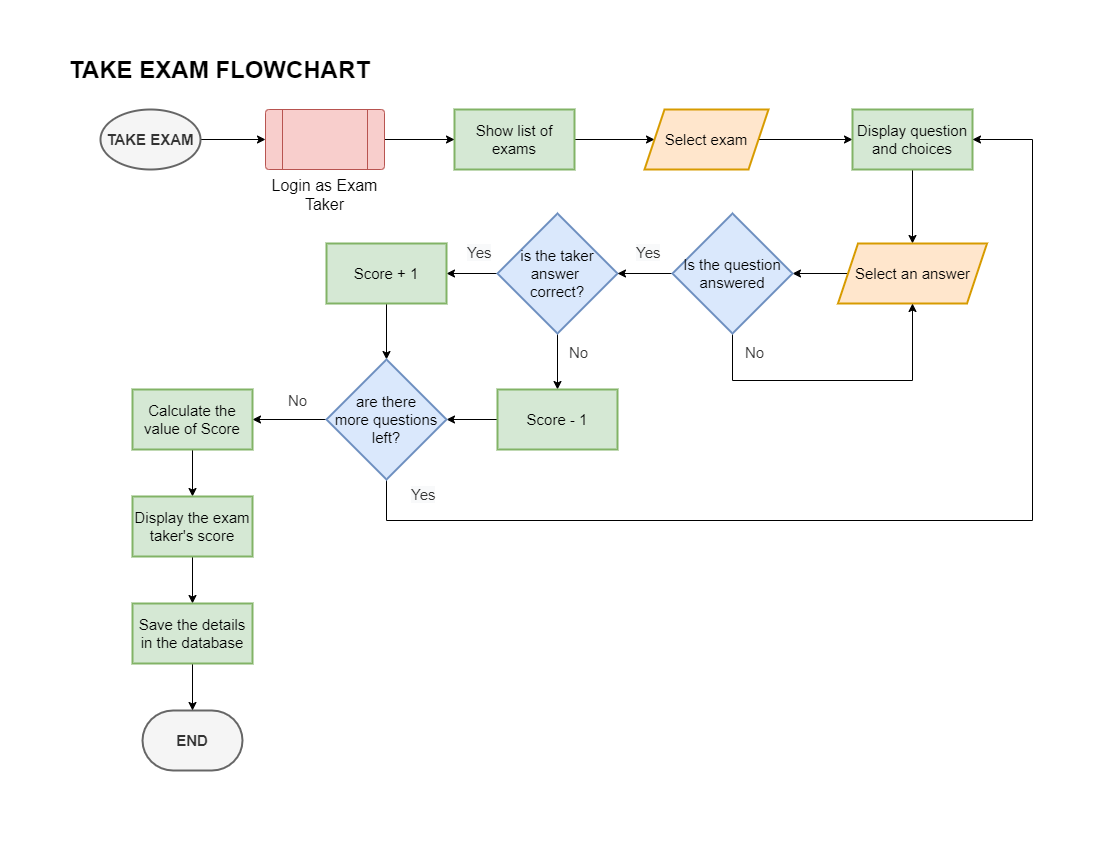
This is Gallardo/OnlineExam/online exam flowcharts/exam taker/Online exam flowchart-TAKE EXAM FLOWCHART.drawio.png from walteribloguintoledo/PUP2022, a draw.io export, as it was before one commit. Source tidied: cells renumbered, new cells last; positions are measured from the earlier drawing's top-left corner, leaving out a move shared by most shapes.
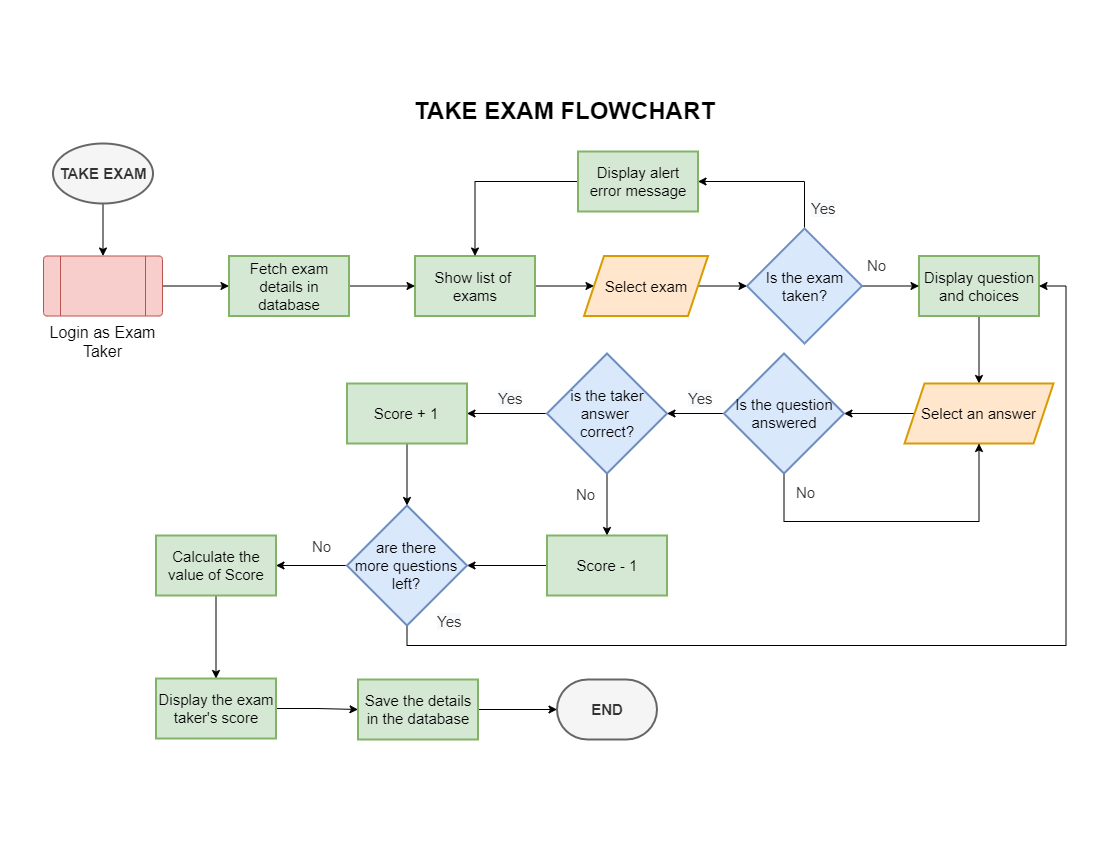
The same diagram one commit later.

The edit, as a diff of the source:
```diff
@@ -2,35 +2,35 @@
   <root>
     <mxCell id="0" />
     <mxCell id="1" parent="0" />
-    <mxCell id="2" style="edgeStyle=orthogonalEdgeStyle;rounded=0;jettySize=auto;html=1;exitX=1;exitY=0.5;exitDx=0;exitDy=0;exitPerimeter=0;entryX=0;entryY=0.5;entryDx=0;entryDy=0;fontSize=16;" parent="1" edge="1" source="3" target="21">
+    <mxCell id="2" style="edgeStyle=orthogonalEdgeStyle;rounded=0;jettySize=auto;html=1;" parent="1" edge="1" source="3" target="21">
       <mxGeometry relative="1" as="geometry" />
     </mxCell>
     <mxCell id="3" value="&lt;b&gt;TAKE EXAM&lt;/b&gt;" style="strokeWidth=2;html=1;shape=mxgraph.flowchart.start_1;whiteSpace=wrap;fontSize=15;fillColor=#f5f5f5;fontColor=#333333;strokeColor=#666666;" parent="1" vertex="1">
-      <mxGeometry y="59" width="100" height="60" as="geometry" />
+      <mxGeometry x="-47.5" y="93" width="100" height="60" as="geometry" />
     </mxCell>
     <mxCell id="4" style="edgeStyle=orthogonalEdgeStyle;rounded=0;jettySize=auto;html=1;fontSize=16;" parent="1" edge="1" source="5" target="7">
       <mxGeometry relative="1" as="geometry" />
     </mxCell>
-    <mxCell id="5" value="Show list of exams" style="whiteSpace=wrap;html=1;fontSize=15;fillColor=#d5e8d4;strokeColor=#82b366;strokeWidth=2;" parent="1" vertex="1">
-      <mxGeometry x="354" y="59" width="120" height="60" as="geometry" />
+    <mxCell id="5" value="Show list of&amp;nbsp; exams" style="whiteSpace=wrap;html=1;fontSize=15;fillColor=#d5e8d4;strokeColor=#82b366;strokeWidth=2;" parent="1" vertex="1">
+      <mxGeometry x="314.5" y="205.5" width="120" height="60" as="geometry" />
     </mxCell>
-    <mxCell id="6" style="edgeStyle=orthogonalEdgeStyle;rounded=0;jettySize=auto;html=1;entryX=0;entryY=0.5;entryDx=0;entryDy=0;fontSize=16;" parent="1" edge="1" source="7" target="9">
-      <mxGeometry relative="1" as="geometry" />
-    </mxCell>
+    <mxCell id="41" style="edgeStyle=orthogonalEdgeStyle;rounded=0;jettySize=auto;html=1;" parent="1" edge="1" source="7" target="45">
+      <mxGeometry relative="1" as="geometry" />
+    </mxCell>
     <mxCell id="7" value="Select exam" style="shape=parallelogram;perimeter=parallelogramPerimeter;whiteSpace=wrap;html=1;fixedSize=1;fontSize=15;fillColor=#ffe6cc;strokeColor=#d79b00;strokeWidth=2;" parent="1" vertex="1">
-      <mxGeometry x="544" y="59" width="124" height="60" as="geometry" />
+      <mxGeometry x="483.5" y="205.5" width="124" height="60" as="geometry" />
     </mxCell>
-    <mxCell id="8" style="edgeStyle=orthogonalEdgeStyle;rounded=0;jettySize=auto;html=1;fontSize=16;" parent="1" edge="1" source="9" target="11">
+    <mxCell id="8" style="edgeStyle=orthogonalEdgeStyle;rounded=0;jettySize=auto;html=1;" parent="1" edge="1" source="9" target="11">
       <mxGeometry relative="1" as="geometry" />
     </mxCell>
     <mxCell id="9" value="Display question and choices" style="whiteSpace=wrap;html=1;fontSize=15;fillColor=#d5e8d4;strokeColor=#82b366;strokeWidth=2;" parent="1" vertex="1">
-      <mxGeometry x="752" y="59" width="120" height="60" as="geometry" />
+      <mxGeometry x="818.5" y="205.5" width="120" height="60" as="geometry" />
     </mxCell>
-    <mxCell id="10" style="edgeStyle=orthogonalEdgeStyle;rounded=0;jettySize=auto;html=1;fontSize=16;" parent="1" edge="1" source="11" target="24">
+    <mxCell id="10" style="edgeStyle=orthogonalEdgeStyle;rounded=0;jettySize=auto;html=1;" parent="1" edge="1" source="11" target="24">
       <mxGeometry relative="1" as="geometry" />
     </mxCell>
     <mxCell id="11" value="Select an answer" style="shape=parallelogram;perimeter=parallelogramPerimeter;whiteSpace=wrap;html=1;fixedSize=1;fontSize=15;fillColor=#ffe6cc;strokeColor=#d79b00;strokeWidth=2;" parent="1" vertex="1">
-      <mxGeometry x="737.5" y="193" width="149" height="60" as="geometry" />
+      <mxGeometry x="804" y="333" width="149" height="60" as="geometry" />
     </mxCell>
     <mxCell id="12" style="edgeStyle=orthogonalEdgeStyle;rounded=0;jettySize=auto;html=1;fontSize=16;" parent="1" edge="1" source="14" target="26">
       <mxGeometry relative="1" as="geometry" />
@@ -39,96 +39,123 @@
       <mxGeometry relative="1" as="geometry" />
     </mxCell>
     <mxCell id="14" value="is the taker answer &lt;br&gt;correct?" style="rhombus;whiteSpace=wrap;html=1;fontSize=15;fillColor=#dae8fc;strokeColor=#6c8ebf;strokeWidth=2;" parent="1" vertex="1">
-      <mxGeometry x="397" y="163" width="120" height="120" as="geometry" />
+      <mxGeometry x="446.5" y="303" width="120" height="120" as="geometry" />
     </mxCell>
     <mxCell id="15" style="edgeStyle=orthogonalEdgeStyle;rounded=0;jettySize=auto;html=1;fontSize=16;" parent="1" edge="1" source="16" target="32">
       <mxGeometry relative="1" as="geometry" />
     </mxCell>
     <mxCell id="16" value="Score - 1" style="whiteSpace=wrap;html=1;fontSize=15;fillColor=#d5e8d4;strokeColor=#82b366;strokeWidth=2;" parent="1" vertex="1">
-      <mxGeometry x="397" y="339" width="120" height="60" as="geometry" />
+      <mxGeometry x="446.5" y="485" width="120" height="60" as="geometry" />
     </mxCell>
     <mxCell id="17" value="&lt;span style=&quot;color: rgb(51, 51, 51); font-family: Helvetica; font-size: 15px; font-style: normal; font-variant-ligatures: normal; font-variant-caps: normal; font-weight: 400; letter-spacing: normal; orphans: 2; text-align: center; text-indent: 0px; text-transform: none; widows: 2; word-spacing: 0px; -webkit-text-stroke-width: 0px; background-color: rgb(248, 249, 250); text-decoration-thickness: initial; text-decoration-style: initial; text-decoration-color: initial; float: none; display: inline !important;&quot;&gt;Yes&lt;/span&gt;" style="text;whiteSpace=wrap;html=1;fontSize=15;" parent="1" vertex="1">
-      <mxGeometry x="534" y="187" width="32" height="32" as="geometry" />
+      <mxGeometry x="585.5" y="333" width="32" height="32" as="geometry" />
     </mxCell>
     <mxCell id="18" value="&lt;b&gt;END&lt;/b&gt;" style="strokeWidth=2;html=1;shape=mxgraph.flowchart.terminator;whiteSpace=wrap;fontSize=15;fillColor=#f5f5f5;fontColor=#333333;strokeColor=#666666;" parent="1" vertex="1">
-      <mxGeometry x="42" y="660" width="100" height="60" as="geometry" />
+      <mxGeometry x="456.5" y="629" width="100" height="60" as="geometry" />
     </mxCell>
     <mxCell id="19" value="TAKE EXAM FLOWCHART" style="text;strokeColor=none;fillColor=none;html=1;fontSize=24;fontStyle=1;verticalAlign=middle;align=center;" parent="1" vertex="1">
-      <mxGeometry x="69" width="100" height="40" as="geometry" />
+      <mxGeometry x="414" y="41" width="100" height="40" as="geometry" />
     </mxCell>
-    <mxCell id="20" style="edgeStyle=orthogonalEdgeStyle;rounded=0;jettySize=auto;html=1;fontSize=16;" parent="1" edge="1" source="21" target="5">
-      <mxGeometry relative="1" as="geometry" />
-    </mxCell>
+    <mxCell id="42" style="edgeStyle=orthogonalEdgeStyle;rounded=0;jettySize=auto;html=1;" parent="1" edge="1" source="21" target="51">
+      <mxGeometry relative="1" as="geometry" />
+    </mxCell>
     <mxCell id="21" value="&lt;font style=&quot;font-size: 16px;&quot;&gt;Login as Exam Taker&lt;/font&gt;" style="verticalLabelPosition=bottom;verticalAlign=top;html=1;shape=process;whiteSpace=wrap;rounded=1;size=0.14;arcSize=6;fontSize=14;fillColor=#f8cecc;strokeColor=#b85450;" parent="1" vertex="1">
-      <mxGeometry x="165" y="59" width="119" height="60" as="geometry" />
+      <mxGeometry x="-57" y="205.5" width="119" height="60" as="geometry" />
     </mxCell>
+    <mxCell id="23" style="edgeStyle=orthogonalEdgeStyle;rounded=0;jettySize=auto;html=1;fontSize=16;" parent="1" edge="1" source="24" target="14">
+      <mxGeometry relative="1" as="geometry" />
+    </mxCell>
-    <mxCell id="22" style="edgeStyle=orthogonalEdgeStyle;rounded=0;jettySize=auto;html=1;exitX=0.5;exitY=1;exitDx=0;exitDy=0;entryX=0.5;entryY=1;entryDx=0;entryDy=0;fontSize=16;" parent="1" edge="1" source="24" target="11">
+    <mxCell id="22" style="edgeStyle=orthogonalEdgeStyle;rounded=0;jettySize=auto;html=1;entryX=0.5;entryY=1;entryDx=0;entryDy=0;exitX=0.5;exitY=1;exitDx=0;exitDy=0;" parent="1" edge="1" source="24" target="11">
       <mxGeometry relative="1" as="geometry">
         <Array as="points">
-          <mxPoint x="632" y="330" />
-          <mxPoint x="812" y="330" />
+          <mxPoint x="683.5" y="471" />
+          <mxPoint x="878.5" y="471" />
         </Array>
       </mxGeometry>
     </mxCell>
-    <mxCell id="23" style="edgeStyle=orthogonalEdgeStyle;rounded=0;jettySize=auto;html=1;fontSize=16;" parent="1" edge="1" source="24" target="14">
-      <mxGeometry relative="1" as="geometry" />
-    </mxCell>
     <mxCell id="24" value="Is the question answered" style="rhombus;whiteSpace=wrap;html=1;fontSize=15;fillColor=#dae8fc;strokeColor=#6c8ebf;strokeWidth=2;" parent="1" vertex="1">
-      <mxGeometry x="572" y="163" width="120" height="120" as="geometry" />
+      <mxGeometry x="623.5" y="303" width="120" height="120" as="geometry" />
     </mxCell>
     <mxCell id="25" style="edgeStyle=orthogonalEdgeStyle;rounded=0;jettySize=auto;html=1;fontSize=16;" parent="1" edge="1" source="26" target="32">
       <mxGeometry relative="1" as="geometry" />
     </mxCell>
     <mxCell id="26" value="Score + 1" style="whiteSpace=wrap;html=1;fontSize=15;fillColor=#d5e8d4;strokeColor=#82b366;strokeWidth=2;" parent="1" vertex="1">
-      <mxGeometry x="226" y="193" width="120" height="60" as="geometry" />
+      <mxGeometry x="246.5" y="333" width="120" height="60" as="geometry" />
     </mxCell>
     <mxCell id="27" value="&lt;div style=&quot;text-align: center;&quot;&gt;&lt;span style=&quot;background-color: initial;&quot;&gt;&lt;font color=&quot;#333333&quot;&gt;No&lt;/font&gt;&lt;/span&gt;&lt;/div&gt;" style="text;whiteSpace=wrap;html=1;fontSize=15;" parent="1" vertex="1">
-      <mxGeometry x="643" y="287" width="32" height="32" as="geometry" />
+      <mxGeometry x="693.5" y="427" width="32" height="32" as="geometry" />
     </mxCell>
     <mxCell id="28" value="&lt;span style=&quot;color: rgb(51, 51, 51); font-family: Helvetica; font-size: 15px; font-style: normal; font-variant-ligatures: normal; font-variant-caps: normal; font-weight: 400; letter-spacing: normal; orphans: 2; text-align: center; text-indent: 0px; text-transform: none; widows: 2; word-spacing: 0px; -webkit-text-stroke-width: 0px; background-color: rgb(248, 249, 250); text-decoration-thickness: initial; text-decoration-style: initial; text-decoration-color: initial; float: none; display: inline !important;&quot;&gt;Yes&lt;/span&gt;" style="text;whiteSpace=wrap;html=1;fontSize=15;" parent="1" vertex="1">
-      <mxGeometry x="365" y="187" width="32" height="32" as="geometry" />
+      <mxGeometry x="395.5" y="333" width="32" height="32" as="geometry" />
     </mxCell>
     <mxCell id="29" value="&lt;div style=&quot;text-align: center;&quot;&gt;&lt;span style=&quot;background-color: initial;&quot;&gt;&lt;font color=&quot;#333333&quot;&gt;No&lt;/font&gt;&lt;/span&gt;&lt;/div&gt;" style="text;whiteSpace=wrap;html=1;fontSize=15;" parent="1" vertex="1">
-      <mxGeometry x="467" y="287" width="32" height="32" as="geometry" />
+      <mxGeometry x="473.5" y="429" width="32" height="32" as="geometry" />
     </mxCell>
+    <mxCell id="31" style="edgeStyle=orthogonalEdgeStyle;rounded=0;jettySize=auto;html=1;entryX=1;entryY=0.5;entryDx=0;entryDy=0;fontSize=16;" parent="1" edge="1" source="32" target="35">
+      <mxGeometry relative="1" as="geometry" />
+    </mxCell>
-    <mxCell id="30" style="edgeStyle=orthogonalEdgeStyle;rounded=0;jettySize=auto;html=1;entryX=1;entryY=0.5;entryDx=0;entryDy=0;fontSize=16;" parent="1" edge="1" source="32" target="9">
+    <mxCell id="30" style="edgeStyle=orthogonalEdgeStyle;rounded=0;jettySize=auto;html=1;exitX=0.5;exitY=1;exitDx=0;exitDy=0;entryX=1;entryY=0.5;entryDx=0;entryDy=0;" parent="1" edge="1" source="32" target="9">
       <mxGeometry relative="1" as="geometry">
         <Array as="points">
-          <mxPoint x="286" y="470" />
-          <mxPoint x="932" y="470" />
-          <mxPoint x="932" y="89" />
+          <mxPoint x="306.5" y="595" />
+          <mxPoint x="965.5" y="595" />
+          <mxPoint x="965.5" y="235" />
         </Array>
       </mxGeometry>
     </mxCell>
-    <mxCell id="31" style="edgeStyle=orthogonalEdgeStyle;rounded=0;jettySize=auto;html=1;entryX=1;entryY=0.5;entryDx=0;entryDy=0;fontSize=16;" parent="1" edge="1" source="32" target="35">
-      <mxGeometry relative="1" as="geometry" />
-    </mxCell>
     <mxCell id="32" value="&amp;nbsp;are there &lt;br&gt;more questions left?" style="rhombus;whiteSpace=wrap;html=1;fontSize=15;fillColor=#dae8fc;strokeColor=#6c8ebf;strokeWidth=2;" parent="1" vertex="1">
-      <mxGeometry x="226" y="309" width="120" height="120" as="geometry" />
+      <mxGeometry x="246.5" y="455" width="120" height="120" as="geometry" />
     </mxCell>
     <mxCell id="33" value="&lt;span style=&quot;color: rgb(51, 51, 51); font-family: Helvetica; font-size: 15px; font-style: normal; font-variant-ligatures: normal; font-variant-caps: normal; font-weight: 400; letter-spacing: normal; orphans: 2; text-align: center; text-indent: 0px; text-transform: none; widows: 2; word-spacing: 0px; -webkit-text-stroke-width: 0px; background-color: rgb(248, 249, 250); text-decoration-thickness: initial; text-decoration-style: initial; text-decoration-color: initial; float: none; display: inline !important;&quot;&gt;Yes&lt;/span&gt;" style="text;whiteSpace=wrap;html=1;fontSize=15;" parent="1" vertex="1">
-      <mxGeometry x="309" y="429" width="32" height="32" as="geometry" />
+      <mxGeometry x="334.5" y="556" width="32" height="32" as="geometry" />
     </mxCell>
     <mxCell id="34" style="edgeStyle=orthogonalEdgeStyle;rounded=0;jettySize=auto;html=1;fontSize=16;" parent="1" edge="1" source="35" target="37">
       <mxGeometry relative="1" as="geometry" />
     </mxCell>
     <mxCell id="35" value="Calculate the value of Score" style="whiteSpace=wrap;html=1;fontSize=15;fillColor=#d5e8d4;strokeColor=#82b366;strokeWidth=2;" parent="1" vertex="1">
-      <mxGeometry x="32" y="339" width="120" height="60" as="geometry" />
+      <mxGeometry x="55.5" y="485" width="120" height="60" as="geometry" />
     </mxCell>
-    <mxCell id="36" style="edgeStyle=orthogonalEdgeStyle;rounded=0;jettySize=auto;html=1;fontSize=16;" parent="1" edge="1" source="37" target="40">
+    <mxCell id="36" style="edgeStyle=orthogonalEdgeStyle;rounded=0;jettySize=auto;html=1;" parent="1" edge="1" source="37" target="40">
       <mxGeometry relative="1" as="geometry" />
     </mxCell>
     <mxCell id="37" value="Display the exam taker's score" style="whiteSpace=wrap;html=1;fontSize=15;fillColor=#d5e8d4;strokeColor=#82b366;strokeWidth=2;" parent="1" vertex="1">
-      <mxGeometry x="32" y="446" width="120" height="60" as="geometry" />
+      <mxGeometry x="55.5" y="628" width="120" height="60" as="geometry" />
     </mxCell>
     <mxCell id="38" value="&lt;div style=&quot;text-align: center;&quot;&gt;&lt;span style=&quot;background-color: initial;&quot;&gt;&lt;font color=&quot;#333333&quot;&gt;No&lt;/font&gt;&lt;/span&gt;&lt;/div&gt;" style="text;whiteSpace=wrap;html=1;fontSize=15;" parent="1" vertex="1">
-      <mxGeometry x="186" y="335" width="32" height="32" as="geometry" />
+      <mxGeometry x="209.5" y="481" width="32" height="32" as="geometry" />
     </mxCell>
-    <mxCell id="39" style="edgeStyle=orthogonalEdgeStyle;rounded=0;jettySize=auto;html=1;fontSize=16;" parent="1" edge="1" source="40" target="18">
+    <mxCell id="39" style="edgeStyle=orthogonalEdgeStyle;rounded=0;jettySize=auto;html=1;" parent="1" edge="1" source="40" target="18">
       <mxGeometry relative="1" as="geometry" />
     </mxCell>
     <mxCell id="40" value="Save the details in the database" style="whiteSpace=wrap;html=1;fontSize=15;fillColor=#d5e8d4;strokeColor=#82b366;strokeWidth=2;" parent="1" vertex="1">
-      <mxGeometry x="32" y="553" width="120" height="60" as="geometry" />
+      <mxGeometry x="257.5" y="629" width="120" height="60" as="geometry" />
     </mxCell>
+    <mxCell id="43" style="edgeStyle=orthogonalEdgeStyle;rounded=0;jettySize=auto;html=1;" parent="1" edge="1" source="45" target="9">
+      <mxGeometry relative="1" as="geometry" />
+    </mxCell>
+    <mxCell id="44" style="edgeStyle=orthogonalEdgeStyle;rounded=0;jettySize=auto;html=1;exitX=0.5;exitY=0;exitDx=0;exitDy=0;entryX=1;entryY=0.5;entryDx=0;entryDy=0;" parent="1" edge="1" source="45" target="47">
+      <mxGeometry relative="1" as="geometry" />
+    </mxCell>
+    <mxCell id="45" value="Is the exam taken?" style="rhombus;whiteSpace=wrap;html=1;fontSize=15;fillColor=#dae8fc;strokeColor=#6c8ebf;strokeWidth=2;" parent="1" vertex="1">
+      <mxGeometry x="646.5" y="178" width="115" height="115" as="geometry" />
+    </mxCell>
+    <mxCell id="46" style="edgeStyle=orthogonalEdgeStyle;rounded=0;jettySize=auto;html=1;entryX=0.5;entryY=0;entryDx=0;entryDy=0;" parent="1" edge="1" source="47" target="5">
+      <mxGeometry relative="1" as="geometry" />
+    </mxCell>
+    <mxCell id="47" value="Display alert error message" style="whiteSpace=wrap;html=1;fontSize=15;fillColor=#d5e8d4;strokeColor=#82b366;strokeWidth=2;" parent="1" vertex="1">
+      <mxGeometry x="477.5" y="101" width="120" height="60" as="geometry" />
+    </mxCell>
+    <mxCell id="48" value="&lt;span style=&quot;color: rgb(51, 51, 51); font-family: Helvetica; font-size: 15px; font-style: normal; font-variant-ligatures: normal; font-variant-caps: normal; font-weight: 400; letter-spacing: normal; orphans: 2; text-align: center; text-indent: 0px; text-transform: none; widows: 2; word-spacing: 0px; -webkit-text-stroke-width: 0px; background-color: rgb(248, 249, 250); text-decoration-thickness: initial; text-decoration-style: initial; text-decoration-color: initial; float: none; display: inline !important;&quot;&gt;Yes&lt;/span&gt;" style="text;whiteSpace=wrap;html=1;fontSize=15;" parent="1" vertex="1">
+      <mxGeometry x="708.5" y="143" width="32" height="32" as="geometry" />
+    </mxCell>
+    <mxCell id="49" value="&lt;div style=&quot;text-align: center;&quot;&gt;&lt;span style=&quot;background-color: initial;&quot;&gt;&lt;font color=&quot;#333333&quot;&gt;No&lt;/font&gt;&lt;/span&gt;&lt;/div&gt;" style="text;whiteSpace=wrap;html=1;fontSize=15;" parent="1" vertex="1">
+      <mxGeometry x="764.5" y="200" width="32" height="32" as="geometry" />
+    </mxCell>
+    <mxCell id="50" style="edgeStyle=orthogonalEdgeStyle;rounded=0;jettySize=auto;html=1;" parent="1" edge="1" source="51" target="5">
+      <mxGeometry relative="1" as="geometry" />
+    </mxCell>
+    <mxCell id="51" value="Fetch exam details in database" style="whiteSpace=wrap;html=1;fontSize=15;fillColor=#d5e8d4;strokeColor=#82b366;strokeWidth=2;" parent="1" vertex="1">
+      <mxGeometry x="128.5" y="205.5" width="120" height="60" as="geometry" />
+    </mxCell>
   </root>
 </mxGraphModel>
```
